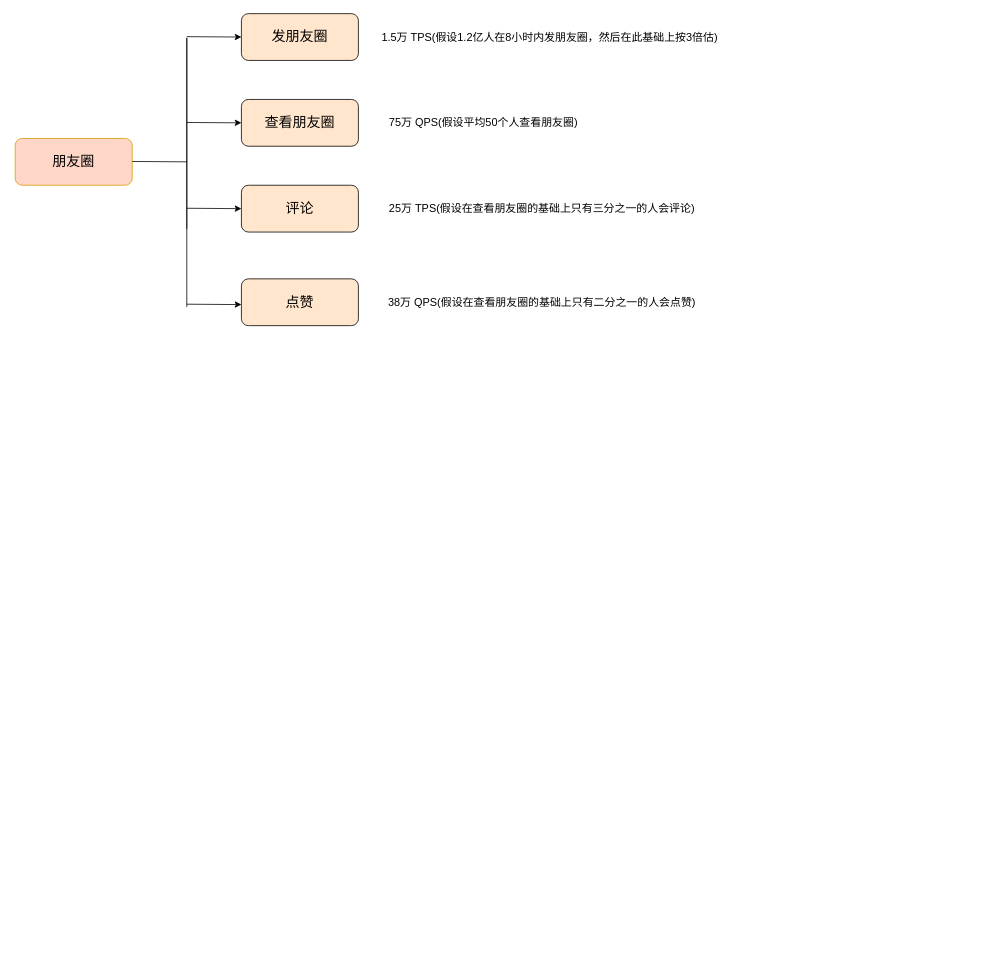
This is architect-camp/module2/Untitled Diagram.drawio from martintree/geektime-homework, a draw.io file, before an edit. Source tidied: cells renumbered, new cells numbered last; positions are measured from the earlier drawing's top-left corner, leaving out a move shared by most shapes. Both pictures are drawn from the tidied source at 78%, with x=0, y=0 at pixel (15, 13).
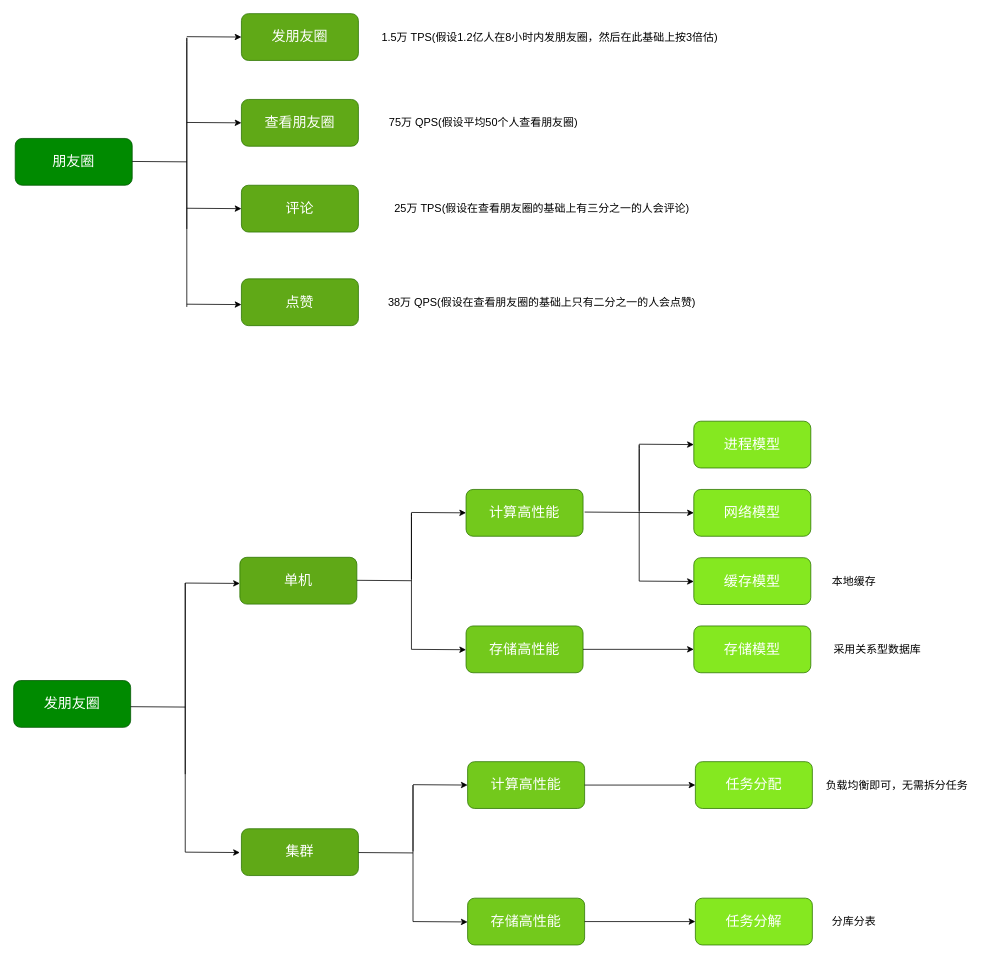
The same diagram, later.

What changed in the source:
```diff
@@
-    <mxCell id="2" value="&lt;font style=&quot;font-size: 18px&quot;&gt;朋友圈&lt;/font&gt;" style="rounded=1;whiteSpace=wrap;html=1;strokeColor=#d79b00;fillColor=#FFD6C7;" parent="1" vertex="1">
+    <mxCell id="2" value="&lt;font style=&quot;font-size: 18px&quot;&gt;朋友圈&lt;/font&gt;" style="rounded=1;whiteSpace=wrap;html=1;fontColor=#ffffff;fillColor=#008a00;strokeColor=#005700;" parent="1" vertex="1">
       <mxGeometry y="160" width="150" height="60" as="geometry" />
     </mxCell>
-    <mxCell id="3" value="&lt;font style=&quot;font-size: 18px&quot;&gt;发朋友圈&lt;/font&gt;" style="rounded=1;whiteSpace=wrap;html=1;fillColor=#ffe6cc;" parent="1" vertex="1">
+    <mxCell id="3" value="&lt;font style=&quot;font-size: 18px&quot;&gt;发朋友圈&lt;/font&gt;" style="rounded=1;whiteSpace=wrap;html=1;fontColor=#ffffff;fillColor=#60a917;strokeColor=#2D7600;" parent="1" vertex="1">
       <mxGeometry x="290" width="150" height="60" as="geometry" />
     </mxCell>
-    <mxCell id="4" value="&lt;font style=&quot;font-size: 18px&quot;&gt;查看朋友圈&lt;/font&gt;" style="rounded=1;whiteSpace=wrap;html=1;fillColor=#ffe6cc;" parent="1" vertex="1">
+    <mxCell id="4" value="&lt;font style=&quot;font-size: 18px&quot;&gt;查看朋友圈&lt;/font&gt;" style="rounded=1;whiteSpace=wrap;html=1;fontColor=#ffffff;fillColor=#60a917;strokeColor=#2D7600;" parent="1" vertex="1">
       <mxGeometry x="290" y="110" width="150" height="60" as="geometry" />
     </mxCell>
-    <mxCell id="5" value="&lt;font style=&quot;font-size: 18px&quot;&gt;评论&lt;/font&gt;" style="rounded=1;whiteSpace=wrap;html=1;fillColor=#ffe6cc;" parent="1" vertex="1">
+    <mxCell id="5" value="&lt;font style=&quot;font-size: 18px&quot;&gt;评论&lt;/font&gt;" style="rounded=1;whiteSpace=wrap;html=1;fontColor=#ffffff;fillColor=#60a917;strokeColor=#2D7600;" parent="1" vertex="1">
       <mxGeometry x="290" y="220" width="150" height="60" as="geometry" />
     </mxCell>
-    <mxCell id="6" value="&lt;font style=&quot;font-size: 18px&quot;&gt;点赞&lt;/font&gt;" style="rounded=1;whiteSpace=wrap;html=1;fillColor=#ffe6cc;" parent="1" vertex="1">
+    <mxCell id="6" value="&lt;font style=&quot;font-size: 18px&quot;&gt;点赞&lt;/font&gt;" style="rounded=1;whiteSpace=wrap;html=1;fontColor=#ffffff;fillColor=#60a917;strokeColor=#2D7600;" parent="1" vertex="1">
       <mxGeometry x="290" y="340" width="150" height="60" as="geometry" />
     </mxCell>
@@
-    <mxCell id="15" value="&lt;font style=&quot;font-size: 14px&quot;&gt;25万 TPS(假设在查看朋友圈的基础上只有三分之一的人会评论)&lt;/font&gt;" style="text;html=1;align=center;verticalAlign=middle;fillColor=none;strokeColor=none;rounded=0;" parent="1" vertex="1">
-      <mxGeometry x="470" y="240" width="410" height="20" as="geometry" />
+    <mxCell id="15" value="&lt;font style=&quot;font-size: 14px&quot;&gt;25万 TPS(假设在查看朋友圈的基础上有三分之一的人会评论)&lt;/font&gt;" style="text;html=1;align=center;verticalAlign=middle;fillColor=none;strokeColor=none;rounded=0;" parent="1" vertex="1">
+      <mxGeometry x="480" y="240" width="390" height="20" as="geometry" />
     </mxCell>
@@
+    <mxCell id="17" value="&lt;font style=&quot;font-size: 18px&quot;&gt;发朋友圈&lt;/font&gt;" style="rounded=1;whiteSpace=wrap;html=1;fontColor=#ffffff;fillColor=#008a00;strokeColor=#005700;" parent="1" vertex="1">
+      <mxGeometry x="-2" y="855" width="150" height="60" as="geometry" />
+    </mxCell>
+    <mxCell id="18" value="&lt;font style=&quot;font-size: 18px&quot;&gt;单机&lt;/font&gt;" style="rounded=1;whiteSpace=wrap;html=1;fontColor=#ffffff;fillColor=#60a917;strokeColor=#2D7600;" parent="1" vertex="1">
+      <mxGeometry x="288" y="697" width="150" height="60" as="geometry" />
+    </mxCell>
+    <mxCell id="19" value="&lt;font style=&quot;font-size: 18px&quot;&gt;集群&lt;/font&gt;" style="rounded=1;whiteSpace=wrap;html=1;fontColor=#ffffff;fillColor=#60a917;strokeColor=#2D7600;" parent="1" vertex="1">
+      <mxGeometry x="290" y="1045" width="150" height="60" as="geometry" />
+    </mxCell>
+    <mxCell id="20" style="endArrow=none;html=1;" parent="1" edge="1">
+      <mxGeometry relative="1" as="geometry">
+        <mxPoint x="148" y="888.5" as="sourcePoint" />
+        <mxPoint x="218" y="889" as="targetPoint" />
+      </mxGeometry>
+    </mxCell>
+    <mxCell id="21" style="endArrow=none;html=1;" parent="1" edge="1">
+      <mxGeometry relative="1" as="geometry">
+        <mxPoint x="218" y="1075" as="sourcePoint" />
+        <mxPoint x="218" y="975" as="targetPoint" />
+        <Array as="points">
+          <mxPoint x="218" y="725" />
+        </Array>
+      </mxGeometry>
+    </mxCell>
+    <mxCell id="22" style="endArrow=classic;html=1;entryX=0;entryY=0.5;entryDx=0;entryDy=0;" parent="1" edge="1">
+      <mxGeometry relative="1" as="geometry">
+        <mxPoint x="218" y="730" as="sourcePoint" />
+        <mxPoint x="288" y="730.5" as="targetPoint" />
+      </mxGeometry>
+    </mxCell>
+    <mxCell id="23" style="endArrow=classic;html=1;entryX=0;entryY=0.5;entryDx=0;entryDy=0;" parent="1" edge="1">
+      <mxGeometry relative="1" as="geometry">
+        <mxPoint x="218" y="1075" as="sourcePoint" />
+        <mxPoint x="288" y="1075.5" as="targetPoint" />
+      </mxGeometry>
+    </mxCell>
+    <mxCell id="24" value="&lt;font style=&quot;font-size: 18px&quot;&gt;计算高性能&lt;/font&gt;" style="rounded=1;whiteSpace=wrap;html=1;fontColor=#ffffff;strokeColor=#2D7600;fillColor=#73C91C;" parent="1" vertex="1">
+      <mxGeometry x="578" y="610" width="150" height="60" as="geometry" />
+    </mxCell>
+    <mxCell id="25" value="&lt;span style=&quot;font-size: 18px&quot;&gt;存储高性能&lt;/span&gt;" style="rounded=1;whiteSpace=wrap;html=1;fontColor=#ffffff;strokeColor=#2D7600;fillColor=#73C91C;" parent="1" vertex="1">
+      <mxGeometry x="578" y="785" width="150" height="60" as="geometry" />
+    </mxCell>
+    <mxCell id="26" style="endArrow=none;html=1;" parent="1" edge="1">
+      <mxGeometry relative="1" as="geometry">
+        <mxPoint x="438" y="726.5" as="sourcePoint" />
+        <mxPoint x="508" y="727" as="targetPoint" />
+      </mxGeometry>
+    </mxCell>
+    <mxCell id="27" style="endArrow=none;html=1;" parent="1" edge="1">
+      <mxGeometry relative="1" as="geometry">
+        <mxPoint x="508" y="815" as="sourcePoint" />
+        <mxPoint x="508" y="725" as="targetPoint" />
+        <Array as="points">
+          <mxPoint x="508" y="635" />
+        </Array>
+      </mxGeometry>
+    </mxCell>
+    <mxCell id="28" style="endArrow=classic;html=1;entryX=0;entryY=0.5;entryDx=0;entryDy=0;" parent="1" edge="1">
+      <mxGeometry relative="1" as="geometry">
+        <mxPoint x="508" y="639.5" as="sourcePoint" />
+        <mxPoint x="578" y="640" as="targetPoint" />
+      </mxGeometry>
+    </mxCell>
+    <mxCell id="29" style="endArrow=classic;html=1;entryX=0;entryY=0.5;entryDx=0;entryDy=0;" parent="1" edge="1">
+      <mxGeometry relative="1" as="geometry">
+        <mxPoint x="508" y="815" as="sourcePoint" />
+        <mxPoint x="578" y="815.5" as="targetPoint" />
+      </mxGeometry>
+    </mxCell>
+    <mxCell id="30" value="&lt;font style=&quot;font-size: 18px&quot;&gt;计算高性能&lt;/font&gt;" style="rounded=1;whiteSpace=wrap;html=1;fontColor=#ffffff;strokeColor=#2D7600;fillColor=#73C91C;" parent="1" vertex="1">
+      <mxGeometry x="580" y="959" width="150" height="60" as="geometry" />
+    </mxCell>
+    <mxCell id="31" value="&lt;span style=&quot;font-size: 18px&quot;&gt;存储高性能&lt;/span&gt;" style="rounded=1;whiteSpace=wrap;html=1;fontColor=#ffffff;strokeColor=#2D7600;fillColor=#73C91C;" parent="1" vertex="1">
+      <mxGeometry x="580" y="1134" width="150" height="60" as="geometry" />
+    </mxCell>
+    <mxCell id="32" style="endArrow=none;html=1;" parent="1" edge="1">
+      <mxGeometry relative="1" as="geometry">
+        <mxPoint x="440" y="1075.5" as="sourcePoint" />
+        <mxPoint x="510" y="1076" as="targetPoint" />
+      </mxGeometry>
+    </mxCell>
+    <mxCell id="33" style="endArrow=none;html=1;" parent="1" edge="1">
+      <mxGeometry relative="1" as="geometry">
+        <mxPoint x="510" y="1164" as="sourcePoint" />
+        <mxPoint x="510" y="1074" as="targetPoint" />
+        <Array as="points">
+          <mxPoint x="510" y="984" />
+        </Array>
+      </mxGeometry>
+    </mxCell>
+    <mxCell id="34" style="endArrow=classic;html=1;entryX=0;entryY=0.5;entryDx=0;entryDy=0;" parent="1" edge="1">
+      <mxGeometry relative="1" as="geometry">
+        <mxPoint x="510" y="988.5" as="sourcePoint" />
+        <mxPoint x="580" y="989" as="targetPoint" />
+      </mxGeometry>
+    </mxCell>
+    <mxCell id="35" style="endArrow=classic;html=1;entryX=0;entryY=0.5;entryDx=0;entryDy=0;" parent="1" edge="1">
+      <mxGeometry relative="1" as="geometry">
+        <mxPoint x="510" y="1164" as="sourcePoint" />
+        <mxPoint x="580" y="1164.5" as="targetPoint" />
+      </mxGeometry>
+    </mxCell>
+    <mxCell id="36" value="&lt;font style=&quot;font-size: 18px&quot;&gt;进程模型&lt;/font&gt;" style="rounded=1;whiteSpace=wrap;html=1;fontColor=#ffffff;strokeColor=#2D7600;fillColor=#85E820;" parent="1" vertex="1">
+      <mxGeometry x="870" y="522.5" width="150" height="60" as="geometry" />
+    </mxCell>
+    <mxCell id="37" value="&lt;span style=&quot;font-size: 18px&quot;&gt;缓存模型&lt;/span&gt;" style="rounded=1;whiteSpace=wrap;html=1;fontColor=#ffffff;strokeColor=#2D7600;fillColor=#85E820;" parent="1" vertex="1">
+      <mxGeometry x="870" y="697.5" width="150" height="60" as="geometry" />
+    </mxCell>
+    <mxCell id="38" style="endArrow=none;html=1;" parent="1" edge="1">
+      <mxGeometry relative="1" as="geometry">
+        <mxPoint x="730" y="639" as="sourcePoint" />
+        <mxPoint x="800" y="639.5" as="targetPoint" />
+      </mxGeometry>
+    </mxCell>
+    <mxCell id="39" style="endArrow=none;html=1;" parent="1" edge="1">
+      <mxGeometry relative="1" as="geometry">
+        <mxPoint x="800" y="727.5" as="sourcePoint" />
+        <mxPoint x="800" y="637.5" as="targetPoint" />
+        <Array as="points">
+          <mxPoint x="800" y="547.5" />
+        </Array>
+      </mxGeometry>
+    </mxCell>
+    <mxCell id="40" style="endArrow=classic;html=1;entryX=0;entryY=0.5;entryDx=0;entryDy=0;" parent="1" edge="1">
+      <mxGeometry relative="1" as="geometry">
+        <mxPoint x="800" y="552" as="sourcePoint" />
+        <mxPoint x="870" y="552.5" as="targetPoint" />
+      </mxGeometry>
+    </mxCell>
+    <mxCell id="41" style="endArrow=classic;html=1;entryX=0;entryY=0.5;entryDx=0;entryDy=0;" parent="1" edge="1">
+      <mxGeometry relative="1" as="geometry">
+        <mxPoint x="800" y="727.5" as="sourcePoint" />
+        <mxPoint x="870" y="728" as="targetPoint" />
+      </mxGeometry>
+    </mxCell>
+    <mxCell id="42" value="&lt;span style=&quot;font-size: 18px&quot;&gt;网络模型&lt;/span&gt;" style="rounded=1;whiteSpace=wrap;html=1;fontColor=#ffffff;strokeColor=#2D7600;fillColor=#85E820;" parent="1" vertex="1">
+      <mxGeometry x="870" y="610" width="150" height="60" as="geometry" />
+    </mxCell>
+    <mxCell id="43" style="endArrow=classic;html=1;entryX=0;entryY=0.5;entryDx=0;entryDy=0;" parent="1" edge="1">
+      <mxGeometry relative="1" as="geometry">
+        <mxPoint x="800" y="639.5" as="sourcePoint" />
+        <mxPoint x="870" y="640" as="targetPoint" />
+      </mxGeometry>
+    </mxCell>
+    <mxCell id="44" value="&lt;font style=&quot;font-size: 18px&quot;&gt;存储模型&lt;/font&gt;" style="rounded=1;whiteSpace=wrap;html=1;fontColor=#ffffff;strokeColor=#2D7600;fillColor=#85E820;" parent="1" vertex="1">
+      <mxGeometry x="870" y="785" width="150" height="60" as="geometry" />
+    </mxCell>
+    <mxCell id="45" style="endArrow=classic;html=1;exitX=1;exitY=0.5;exitDx=0;exitDy=0;" parent="1" edge="1" source="25">
+      <mxGeometry relative="1" as="geometry">
+        <mxPoint x="870" y="815" as="targetPoint" />
+      </mxGeometry>
+    </mxCell>
+    <mxCell id="46" value="&lt;font style=&quot;font-size: 18px&quot;&gt;任务分配&lt;/font&gt;" style="rounded=1;whiteSpace=wrap;html=1;fontColor=#ffffff;strokeColor=#2D7600;fillColor=#85E820;" parent="1" vertex="1">
+      <mxGeometry x="872" y="959" width="150" height="60" as="geometry" />
+    </mxCell>
+    <mxCell id="47" style="endArrow=classic;html=1;exitX=1;exitY=0.5;exitDx=0;exitDy=0;" parent="1" edge="1">
+      <mxGeometry relative="1" as="geometry">
+        <mxPoint x="730" y="989" as="sourcePoint" />
+        <mxPoint x="872" y="989" as="targetPoint" />
+      </mxGeometry>
+    </mxCell>
+    <mxCell id="48" value="&lt;font style=&quot;font-size: 18px&quot;&gt;任务分解&lt;/font&gt;" style="rounded=1;whiteSpace=wrap;html=1;fontColor=#ffffff;strokeColor=#2D7600;fillColor=#85E820;" parent="1" vertex="1">
+      <mxGeometry x="872" y="1134" width="150" height="60" as="geometry" />
+    </mxCell>
+    <mxCell id="49" style="endArrow=classic;html=1;exitX=1;exitY=0.5;exitDx=0;exitDy=0;" parent="1" edge="1">
+      <mxGeometry relative="1" as="geometry">
+        <mxPoint x="730" y="1164" as="sourcePoint" />
+        <mxPoint x="872" y="1164" as="targetPoint" />
+      </mxGeometry>
+    </mxCell>
+    <mxCell id="50" value="&lt;font style=&quot;font-size: 14px&quot;&gt;本地缓存&lt;/font&gt;" style="text;html=1;align=center;verticalAlign=middle;fillColor=none;strokeColor=none;rounded=0;" parent="1" vertex="1">
+      <mxGeometry x="1040" y="717.5" width="70" height="20" as="geometry" />
+    </mxCell>
+    <mxCell id="51" value="&lt;span style=&quot;font-size: 14px&quot;&gt;采用关系型数据库&lt;/span&gt;" style="text;html=1;align=center;verticalAlign=middle;fillColor=none;strokeColor=none;rounded=0;" parent="1" vertex="1">
+      <mxGeometry x="1040" y="805" width="130" height="20" as="geometry" />
+    </mxCell>
+    <mxCell id="52" value="&lt;span style=&quot;font-size: 14px&quot;&gt;负载均衡即可，无需拆分任务&lt;/span&gt;" style="text;html=1;align=center;verticalAlign=middle;fillColor=none;strokeColor=none;rounded=0;" parent="1" vertex="1">
+      <mxGeometry x="1030" y="979" width="200" height="20" as="geometry" />
+    </mxCell>
+    <mxCell id="53" value="&lt;span style=&quot;font-size: 14px&quot;&gt;分库分表&lt;/span&gt;" style="text;html=1;align=center;verticalAlign=middle;fillColor=none;strokeColor=none;rounded=0;" parent="1" vertex="1">
+      <mxGeometry x="1040" y="1154" width="70" height="20" as="geometry" />
+    </mxCell>
```
